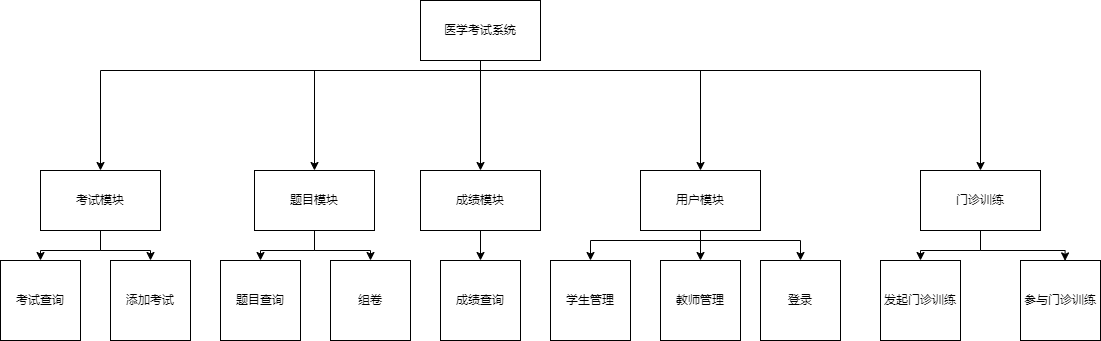
JackeyTower/pic-work keeps this draw.io diagram as 系统总体功能结构图.png. Above is the earlier version. Source tidied: cells renumbered, new cells last; positions are measured from the earlier drawing's top-left corner, leaving out a move shared by most shapes.
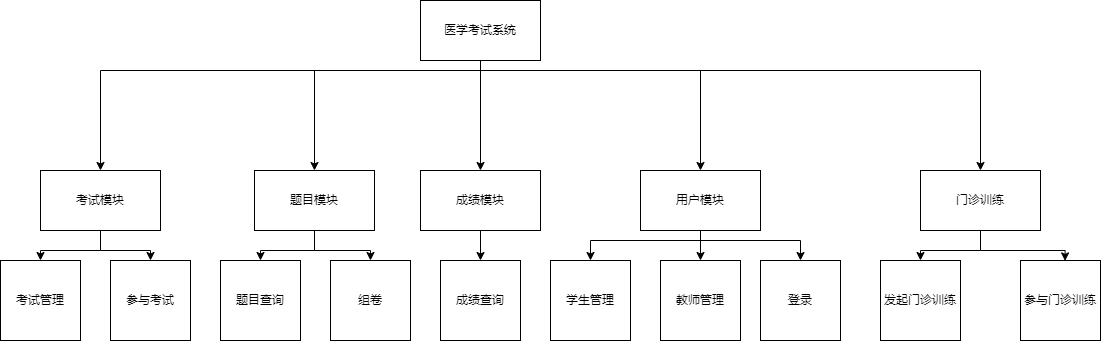
The same file after the commit.

Commit message:
更新系统总体功能结构图.png

Change to the diagram source:
```diff
@@ -91,10 +91,10 @@
     <mxCell id="19" value="用户模块" style="rounded=0;whiteSpace=wrap;html=1;" parent="1" vertex="1">
       <mxGeometry x="640" y="170" width="120" height="60" as="geometry" />
     </mxCell>
-    <mxCell id="20" value="考试查询" style="whiteSpace=wrap;html=1;" parent="1" vertex="1">
+    <mxCell id="20" value="考试管理" style="whiteSpace=wrap;html=1;" parent="1" vertex="1">
       <mxGeometry y="260" width="80" height="80" as="geometry" />
     </mxCell>
-    <mxCell id="21" value="添加考试" style="whiteSpace=wrap;html=1;" parent="1" vertex="1">
+    <mxCell id="21" value="参与考试" style="whiteSpace=wrap;html=1;" parent="1" vertex="1">
       <mxGeometry x="110" y="260" width="80" height="80" as="geometry" />
     </mxCell>
     <mxCell id="22" style="edgeStyle=orthogonalEdgeStyle;rounded=0;jettySize=auto;html=1;entryX=0.5;entryY=0;entryDx=0;entryDy=0;" parent="1" edge="1" source="24" target="25">
```
